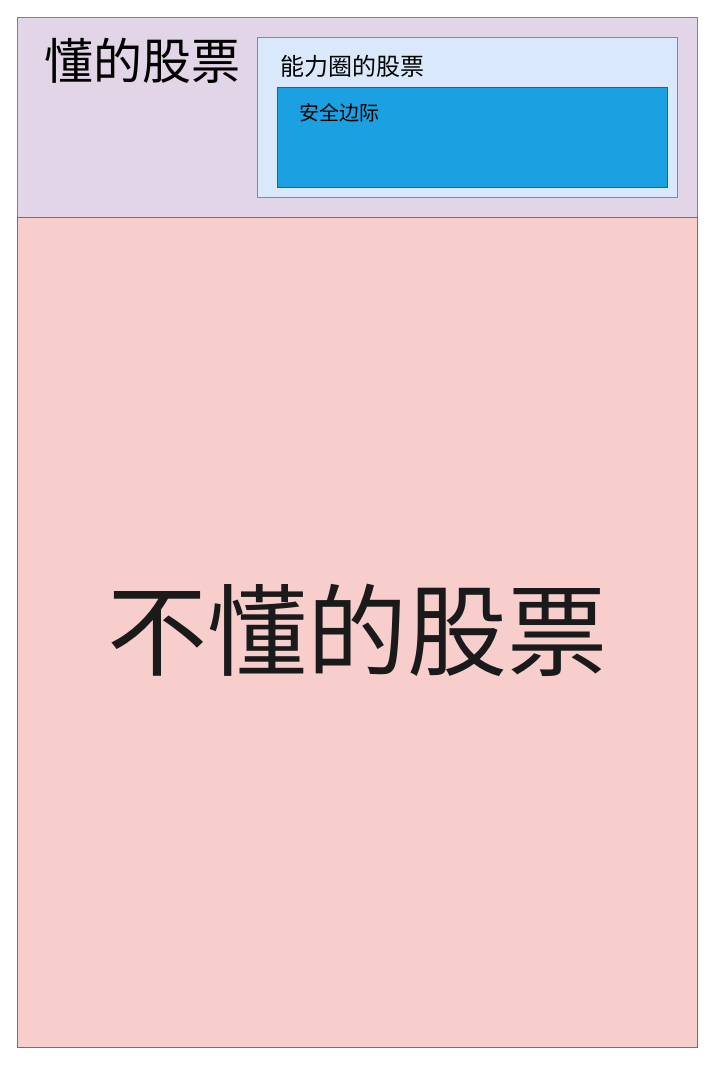
Before: 价值投资.drawio in smallleaf/draw.io, a draw.io diagram. Source tidied: cells renumbered, new cells numbered last; positions are measured from the earlier drawing's top-left corner, leaving out a move shared by most shapes. Both pictures are drawn from the tidied source at 100%, with x=0, y=0 at pixel (17, 17).
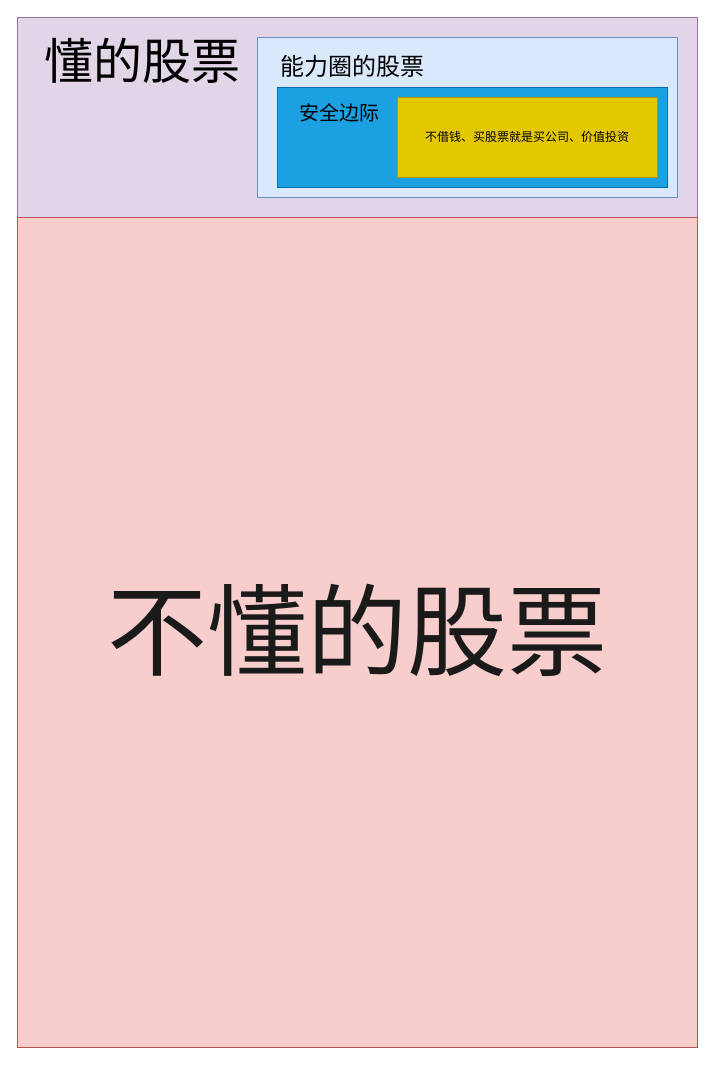
After the change.

Commit message (it also covers changes not shown here):
更新价值投资.drawio

What changed in the source:
```diff
@@
 <mxGraphModel>
   <root>
     <mxCell id="0" />
     <mxCell id="1" parent="0" />
     <mxCell id="2" style="rounded=0;whiteSpace=wrap;html=1;fillColor=#e1d5e7;strokeColor=#9673a6;" parent="1" vertex="1">
       <mxGeometry width="680" height="200" as="geometry" />
     </mxCell>
     <mxCell id="3" value="&lt;font style=&quot;font-size: 100px; color: rgb(26, 26, 26);&quot;&gt;不懂的股票&lt;/font&gt;" style="rounded=0;whiteSpace=wrap;html=1;fillColor=#f8cecc;strokeColor=#b85450;" parent="1" vertex="1">
       <mxGeometry y="200" width="680" height="830" as="geometry" />
     </mxCell>
     <mxCell id="4" value="懂的股票" style="text;html=1;align=center;verticalAlign=middle;whiteSpace=wrap;rounded=0;fontSize=49;" parent="1" vertex="1">
       <mxGeometry x="10" y="10" width="230" height="70" as="geometry" />
     </mxCell>
     <mxCell id="5" style="rounded=0;whiteSpace=wrap;html=1;fillColor=#dae8fc;strokeColor=#6c8ebf;" parent="1" vertex="1">
       <mxGeometry x="240" y="20" width="420" height="160" as="geometry" />
     </mxCell>
     <mxCell id="6" value="&lt;font style=&quot;font-size: 24px;&quot;&gt;能力圈的股票&lt;/font&gt;" style="text;html=1;align=center;verticalAlign=middle;whiteSpace=wrap;rounded=0;" parent="1" vertex="1">
       <mxGeometry x="260" y="30" width="150" height="40" as="geometry" />
     </mxCell>
     <mxCell id="7" style="rounded=0;whiteSpace=wrap;html=1;fillColor=#1ba1e2;fontColor=#ffffff;strokeColor=#006EAF;" parent="1" vertex="1">
       <mxGeometry x="260" y="70" width="390" height="100" as="geometry" />
     </mxCell>
     <mxCell id="8" value="&lt;font style=&quot;font-size: 20px;&quot;&gt;安全边际&lt;/font&gt;" style="text;html=1;align=center;verticalAlign=middle;whiteSpace=wrap;rounded=0;" parent="1" vertex="1">
       <mxGeometry x="274" y="80" width="96" height="30" as="geometry" />
     </mxCell>
+    <mxCell id="9" value="不借钱、买股票就是买公司、价值投资" style="rounded=0;whiteSpace=wrap;html=1;fillColor=#e3c800;fontColor=#000000;strokeColor=#B09500;" parent="1" vertex="1">
+      <mxGeometry x="380" y="80" width="260" height="80" as="geometry" />
+    </mxCell>
   </root>
 </mxGraphModel>
```
